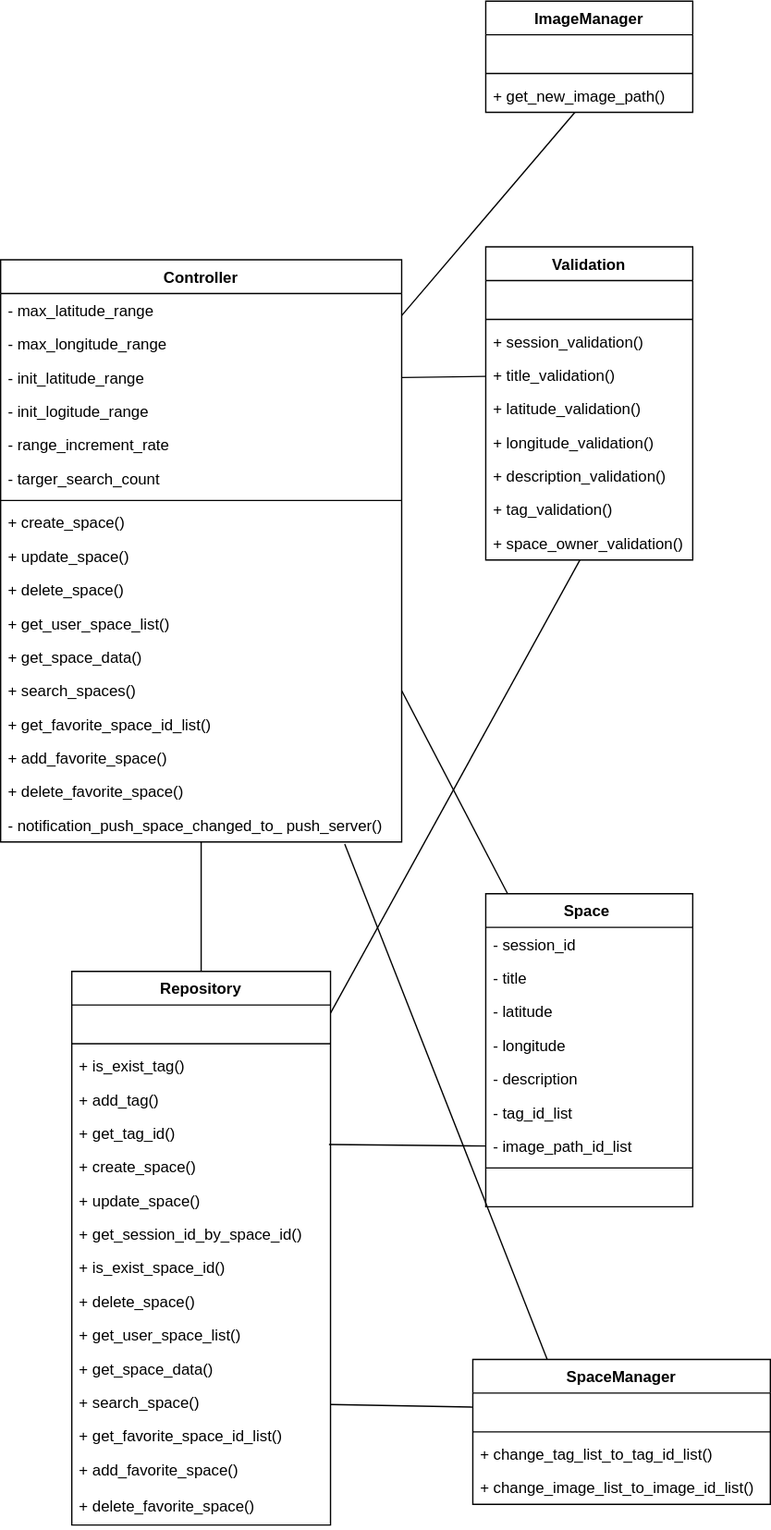
Earlier version of the draw.io export 클래스 다이어그램/space_server_class_diagram.svg (shlim0/2022_capstone1). Source tidied: cells renumbered, new cells last; positions are measured from the earlier drawing's top-left corner, leaving out a move shared by most shapes.
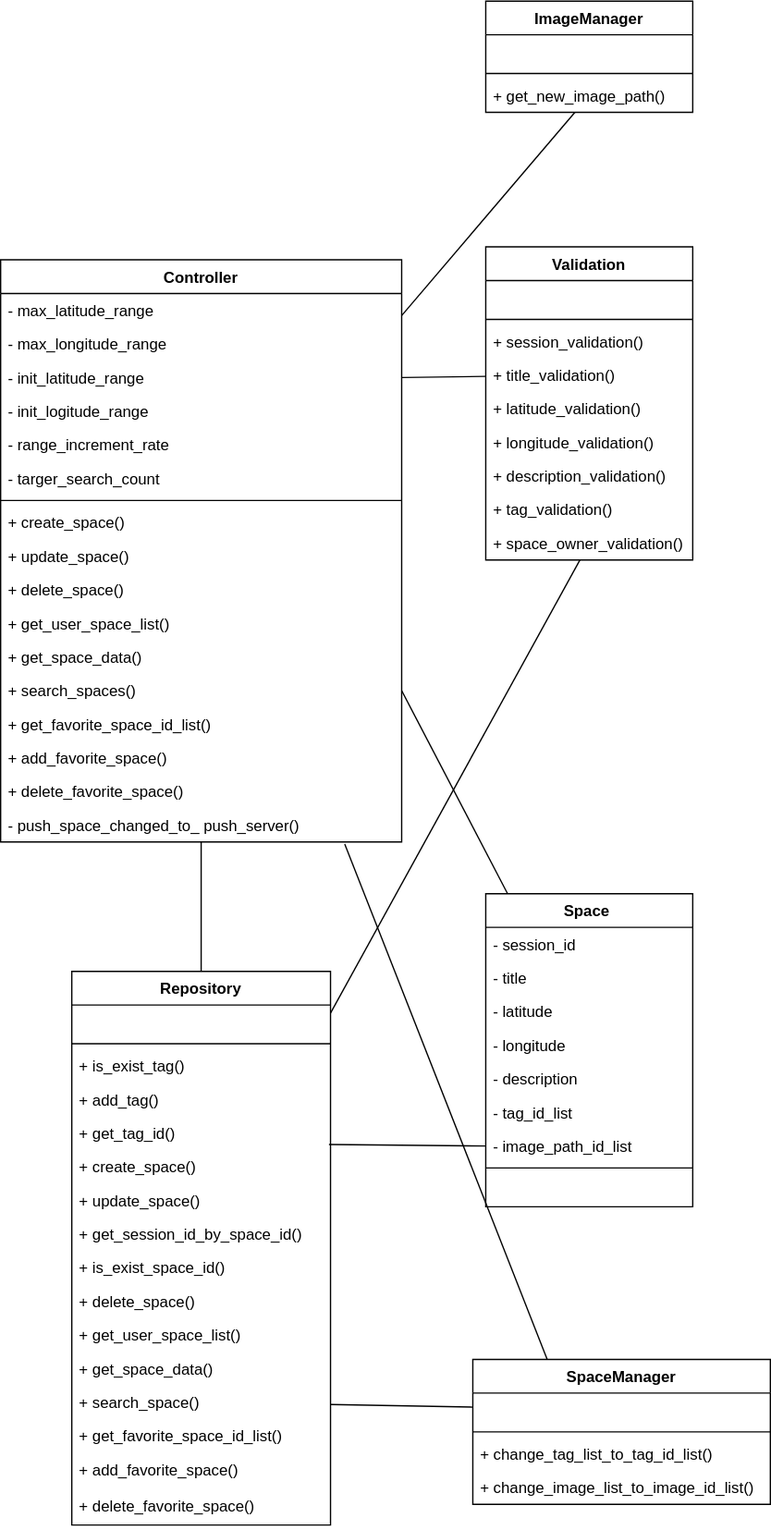
After the change.

Commit message:
[메소드명 수정] Controller에서 - notification_push_space_changed_to_ push_server() 을 - push_space_changed_to_ push_server()로 변경함

Change to the diagram source:
```diff
@@ -53,7 +53,7 @@
     <mxCell id="18" value="+ delete_favorite_space()" style="text;strokeColor=none;fillColor=none;align=left;verticalAlign=top;spacingLeft=4;spacingRight=4;overflow=hidden;" parent="2" vertex="1">
       <mxGeometry y="398" width="310" height="26" as="geometry" />
     </mxCell>
-    <mxCell id="19" value="- notification_push_space_changed_to_ push_server()" style="text;strokeColor=none;fillColor=none;align=left;verticalAlign=top;spacingLeft=4;spacingRight=4;overflow=hidden;points=[[0,0.5],[1,0.5]];portConstraint=eastwest;" parent="2" vertex="1">
+    <mxCell id="19" value="- push_space_changed_to_ push_server()" style="text;strokeColor=none;fillColor=none;align=left;verticalAlign=top;spacingLeft=4;spacingRight=4;overflow=hidden;points=[[0,0.5],[1,0.5]];portConstraint=eastwest;" parent="2" vertex="1">
       <mxGeometry y="424" width="310" height="26" as="geometry" />
     </mxCell>
     <mxCell id="20" value="Repository" style="swimlane;fontStyle=1;align=center;verticalAlign=top;horizontal=1;startSize=26;" parent="1" vertex="1">
```
